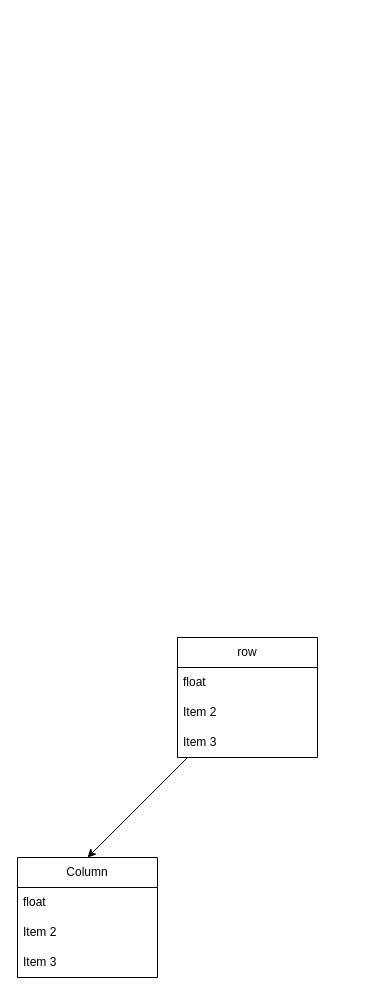
The draw.io diagram .drawio in xxfizlmi/mypersonal, before the edit. Source tidied: cells renumbered, new cells numbered last; positions are measured from the earlier drawing's top-left corner, leaving out a move shared by most shapes. Both pictures are drawn from the tidied source at 100%, with x=0, y=0 at pixel (17, 637).
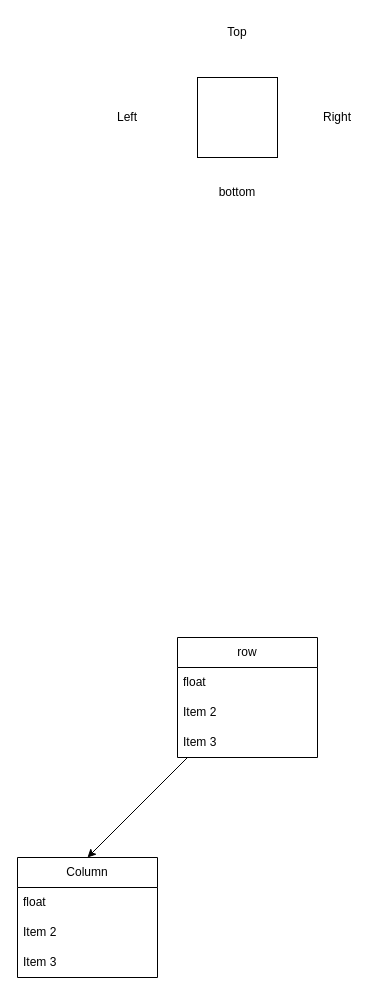
The same diagram, later.

Change to the diagram source:
```diff
@@
 <mxGraphModel>
   <root>
     <mxCell id="0" />
     <mxCell id="1" parent="0" />
     <mxCell id="2" value="Column" style="swimlane;fontStyle=0;horizontal=1;startSize=30;whiteSpace=wrap;html=1;" parent="1" vertex="1">
       <mxGeometry y="220" width="140" height="120" as="geometry" />
     </mxCell>
     <mxCell id="3" value="float" style="text;strokeColor=none;fillColor=none;align=left;verticalAlign=middle;spacingLeft=4;spacingRight=4;overflow=hidden;whiteSpace=wrap;html=1;" parent="2" vertex="1">
       <mxGeometry y="30" width="140" height="30" as="geometry" />
     </mxCell>
     <mxCell id="4" value="Item 2" style="text;strokeColor=none;fillColor=none;align=left;verticalAlign=middle;spacingLeft=4;spacingRight=4;overflow=hidden;whiteSpace=wrap;html=1;" parent="2" vertex="1">
       <mxGeometry y="60" width="140" height="30" as="geometry" />
     </mxCell>
     <mxCell id="5" value="Item 3" style="text;strokeColor=none;fillColor=none;align=left;verticalAlign=middle;spacingLeft=4;spacingRight=4;overflow=hidden;whiteSpace=wrap;html=1;" parent="2" vertex="1">
       <mxGeometry y="90" width="140" height="30" as="geometry" />
     </mxCell>
     <mxCell id="6" style="edgeStyle=none;html=1;entryX=0.5;entryY=0;entryDx=0;entryDy=0;" parent="1" edge="1" source="7" target="2">
       <mxGeometry relative="1" as="geometry" />
     </mxCell>
     <mxCell id="7" value="row" style="swimlane;fontStyle=0;horizontal=1;startSize=30;whiteSpace=wrap;html=1;" parent="1" vertex="1">
       <mxGeometry x="160" width="140" height="120" as="geometry" />
     </mxCell>
     <mxCell id="8" value="float" style="text;strokeColor=none;fillColor=none;align=left;verticalAlign=middle;spacingLeft=4;spacingRight=4;overflow=hidden;whiteSpace=wrap;html=1;" parent="7" vertex="1">
       <mxGeometry y="30" width="140" height="30" as="geometry" />
     </mxCell>
     <mxCell id="9" value="Item 2" style="text;strokeColor=none;fillColor=none;align=left;verticalAlign=middle;spacingLeft=4;spacingRight=4;overflow=hidden;whiteSpace=wrap;html=1;" parent="7" vertex="1">
       <mxGeometry y="60" width="140" height="30" as="geometry" />
     </mxCell>
     <mxCell id="10" value="Item 3" style="text;strokeColor=none;fillColor=none;align=left;verticalAlign=middle;spacingLeft=4;spacingRight=4;overflow=hidden;whiteSpace=wrap;html=1;" parent="7" vertex="1">
       <mxGeometry y="90" width="140" height="30" as="geometry" />
     </mxCell>
+    <mxCell id="11" style="whiteSpace=wrap;html=1;" parent="1" vertex="1">
+      <mxGeometry x="180" y="-560" width="80" height="80" as="geometry" />
+    </mxCell>
+    <mxCell id="12" value="Top" style="text;html=1;strokeColor=none;fillColor=none;align=center;verticalAlign=middle;whiteSpace=wrap;rounded=0;" parent="1" vertex="1">
+      <mxGeometry x="190" y="-620" width="60" height="30" as="geometry" />
+    </mxCell>
+    <mxCell id="13" value="bottom" style="text;html=1;strokeColor=none;fillColor=none;align=center;verticalAlign=middle;whiteSpace=wrap;rounded=0;" parent="1" vertex="1">
+      <mxGeometry x="190" y="-460" width="60" height="30" as="geometry" />
+    </mxCell>
+    <mxCell id="14" value="Right" style="text;html=1;strokeColor=none;fillColor=none;align=center;verticalAlign=middle;whiteSpace=wrap;rounded=0;" parent="1" vertex="1">
+      <mxGeometry x="290" y="-535" width="60" height="30" as="geometry" />
+    </mxCell>
+    <mxCell id="15" value="Left" style="text;html=1;strokeColor=none;fillColor=none;align=center;verticalAlign=middle;whiteSpace=wrap;rounded=0;" parent="1" vertex="1">
+      <mxGeometry x="80" y="-535" width="60" height="30" as="geometry" />
+    </mxCell>
   </root>
 </mxGraphModel>
```
